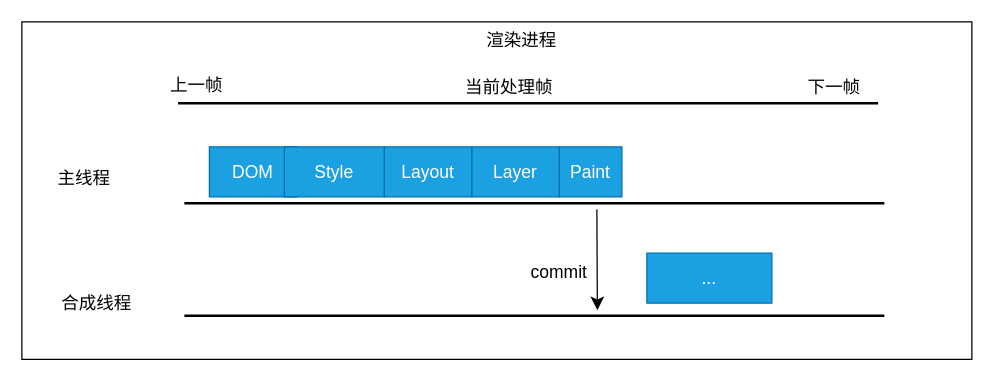
This is 浏览器原理/渲染流程/渲染进程中的合成线程.drawio from YoungMandy/Web-Front, a draw.io file, before an edit. Source tidied: cells renumbered, new cells numbered last; positions are measured from the earlier drawing's top-left corner, leaving out a move shared by most shapes. Both pictures are drawn from the tidied source at 125%, with x=0, y=0 at pixel (21, 21).
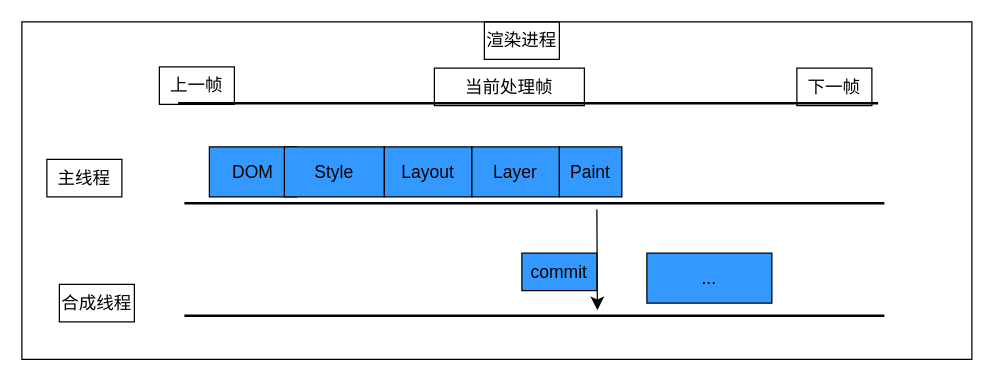
After the change.

Diff of the diagram source:
```diff
@@
-<mxGraphModel>
+<mxGraphModel background="#ffffff">
@@
-    <mxCell id="2" style="rounded=0;whiteSpace=wrap;html=1;fontSize=14;" parent="1" vertex="1">
+    <mxCell id="2" style="rounded=0;whiteSpace=wrap;html=1;fontSize=14;fillColor=none;strokeColor=#000000;fontColor=#000000;" parent="1" vertex="1">
       <mxGeometry width="760" height="270" as="geometry" />
     </mxCell>
-    <mxCell id="3" value="渲染进程" style="text;html=1;strokeColor=none;fillColor=none;align=center;verticalAlign=middle;whiteSpace=wrap;rounded=0;fontSize=14;" parent="1" vertex="1">
+    <mxCell id="3" value="渲染进程" style="text;html=1;fillColor=none;align=center;verticalAlign=middle;whiteSpace=wrap;rounded=0;fontSize=14;strokeColor=#000000;fontColor=#000000;" parent="1" vertex="1">
       <mxGeometry x="370" width="60" height="30" as="geometry" />
     </mxCell>
-    <mxCell id="4" value="上一帧" style="text;html=1;strokeColor=none;fillColor=none;align=center;verticalAlign=middle;whiteSpace=wrap;rounded=0;fontSize=14;" parent="1" vertex="1">
+    <mxCell id="4" value="上一帧" style="text;html=1;fillColor=none;align=center;verticalAlign=middle;whiteSpace=wrap;rounded=0;fontSize=14;strokeColor=#000000;fontColor=#000000;" parent="1" vertex="1">
       <mxGeometry x="110" y="36" width="60" height="30" as="geometry" />
     </mxCell>
-    <mxCell id="5" value="主线程" style="text;html=1;strokeColor=none;fillColor=none;align=center;verticalAlign=middle;whiteSpace=wrap;rounded=0;fontSize=14;" parent="1" vertex="1">
+    <mxCell id="5" value="主线程" style="text;html=1;fillColor=none;align=center;verticalAlign=middle;whiteSpace=wrap;rounded=0;fontSize=14;strokeColor=#000000;fontColor=#000000;" parent="1" vertex="1">
       <mxGeometry x="20" y="110" width="60" height="30" as="geometry" />
     </mxCell>
-    <mxCell id="6" value="合成线程" style="text;html=1;strokeColor=none;fillColor=none;align=center;verticalAlign=middle;whiteSpace=wrap;rounded=0;fontSize=14;" parent="1" vertex="1">
+    <mxCell id="6" value="合成线程" style="text;html=1;fillColor=none;align=center;verticalAlign=middle;whiteSpace=wrap;rounded=0;fontSize=14;strokeColor=#000000;fontColor=#000000;" parent="1" vertex="1">
       <mxGeometry x="30" y="210" width="60" height="30" as="geometry" />
     </mxCell>
-    <mxCell id="7" value="下一帧" style="text;html=1;strokeColor=none;fillColor=none;align=center;verticalAlign=middle;whiteSpace=wrap;rounded=0;fontSize=14;" parent="1" vertex="1">
+    <mxCell id="7" value="下一帧" style="text;html=1;fillColor=none;align=center;verticalAlign=middle;whiteSpace=wrap;rounded=0;fontSize=14;strokeColor=#000000;fontColor=#000000;" parent="1" vertex="1">
       <mxGeometry x="620" y="37" width="60" height="30" as="geometry" />
     </mxCell>
-    <mxCell id="8" value="DOM" style="rounded=0;whiteSpace=wrap;html=1;fontSize=14;fillColor=#1ba1e2;fontColor=#ffffff;strokeColor=#006EAF;" parent="1" vertex="1">
+    <mxCell id="8" value="DOM" style="rounded=0;whiteSpace=wrap;html=1;fontSize=14;fillColor=#3399FF;strokeColor=#000000;fontColor=#000000;" parent="1" vertex="1">
       <mxGeometry x="150" y="100" width="70" height="40" as="geometry" />
     </mxCell>
-    <mxCell id="9" value="Style" style="rounded=0;whiteSpace=wrap;html=1;fontSize=14;fillColor=#1ba1e2;fontColor=#ffffff;strokeColor=#006EAF;" parent="1" vertex="1">
+    <mxCell id="9" value="Style" style="rounded=0;whiteSpace=wrap;html=1;fontSize=14;fillColor=#3399FF;strokeColor=#000000;fontColor=#000000;" parent="1" vertex="1">
       <mxGeometry x="210" y="100" width="80" height="40" as="geometry" />
     </mxCell>
-    <mxCell id="10" value="Layout" style="rounded=0;whiteSpace=wrap;html=1;fontSize=14;fillColor=#1ba1e2;fontColor=#ffffff;strokeColor=#006EAF;" parent="1" vertex="1">
+    <mxCell id="10" value="Layout" style="rounded=0;whiteSpace=wrap;html=1;fontSize=14;fillColor=#3399FF;strokeColor=#000000;fontColor=#000000;" parent="1" vertex="1">
       <mxGeometry x="290" y="100" width="70" height="40" as="geometry" />
     </mxCell>
-    <mxCell id="11" value="Layer" style="rounded=0;whiteSpace=wrap;html=1;fontSize=14;fillColor=#1ba1e2;fontColor=#ffffff;strokeColor=#006EAF;" parent="1" vertex="1">
+    <mxCell id="11" value="Layer" style="rounded=0;whiteSpace=wrap;html=1;fontSize=14;fillColor=#3399FF;strokeColor=#000000;fontColor=#000000;" parent="1" vertex="1">
       <mxGeometry x="360" y="100" width="70" height="40" as="geometry" />
     </mxCell>
-    <mxCell id="12" value="Paint" style="rounded=0;whiteSpace=wrap;html=1;fontSize=14;fillColor=#1ba1e2;fontColor=#ffffff;strokeColor=#006EAF;" parent="1" vertex="1">
+    <mxCell id="12" value="Paint" style="rounded=0;whiteSpace=wrap;html=1;fontSize=14;fillColor=#3399FF;strokeColor=#000000;fontColor=#000000;" parent="1" vertex="1">
       <mxGeometry x="430" y="100" width="50" height="40" as="geometry" />
     </mxCell>
-    <mxCell id="13" value="..." style="rounded=0;whiteSpace=wrap;html=1;fontSize=14;fillColor=#1ba1e2;fontColor=#ffffff;strokeColor=#006EAF;" parent="1" vertex="1">
+    <mxCell id="13" value="..." style="rounded=0;whiteSpace=wrap;html=1;fontSize=14;fillColor=#3399FF;strokeColor=#000000;fontColor=#000000;" parent="1" vertex="1">
       <mxGeometry x="500" y="185" width="100" height="40" as="geometry" />
     </mxCell>
-    <mxCell id="14" style="line;strokeWidth=2;html=1;fontSize=14;" parent="1" vertex="1">
+    <mxCell id="14" style="line;strokeWidth=2;html=1;fontSize=14;fillColor=none;strokeColor=#000000;fontColor=#000000;" parent="1" vertex="1">
       <mxGeometry x="130" y="140" width="560" height="10" as="geometry" />
     </mxCell>
-    <mxCell id="15" style="line;strokeWidth=2;html=1;fontSize=14;" parent="1" vertex="1">
+    <mxCell id="15" style="line;strokeWidth=2;html=1;fontSize=14;fillColor=none;strokeColor=#000000;fontColor=#000000;" parent="1" vertex="1">
       <mxGeometry x="130" y="230" width="560" height="10" as="geometry" />
     </mxCell>
-    <mxCell id="16" value="当前处理帧" style="text;html=1;strokeColor=none;fillColor=none;align=center;verticalAlign=middle;whiteSpace=wrap;rounded=0;fontSize=14;" parent="1" vertex="1">
+    <mxCell id="16" value="当前处理帧" style="text;html=1;fillColor=none;align=center;verticalAlign=middle;whiteSpace=wrap;rounded=0;fontSize=14;strokeColor=#000000;fontColor=#000000;" parent="1" vertex="1">
       <mxGeometry x="330" y="37" width="120" height="30" as="geometry" />
     </mxCell>
-    <mxCell id="17" style="line;strokeWidth=2;html=1;fontSize=14;" parent="1" vertex="1">
+    <mxCell id="17" style="line;strokeWidth=2;html=1;fontSize=14;fillColor=none;strokeColor=#000000;fontColor=#000000;" parent="1" vertex="1">
       <mxGeometry x="125" y="60" width="560" height="10" as="geometry" />
     </mxCell>
-    <mxCell id="18" style="edgeStyle=segmentEdgeStyle;endArrow=classic;html=1;curved=0;rounded=0;endSize=8;startSize=8;entryX=0.59;entryY=0.067;entryDx=0;entryDy=0;entryPerimeter=0;fontSize=14;" parent="1" edge="1" target="15">
+    <mxCell id="18" style="edgeStyle=segmentEdgeStyle;endArrow=classic;html=1;curved=0;rounded=0;endSize=8;startSize=8;entryX=0.59;entryY=0.067;entryDx=0;entryDy=0;entryPerimeter=0;fontSize=14;fillColor=none;strokeColor=#000000;fontColor=#000000;" parent="1" edge="1" target="15">
       <mxGeometry relative="1" as="geometry">
         <mxPoint x="460" y="150" as="sourcePoint" />
       </mxGeometry>
     </mxCell>
-    <mxCell id="19" value="commit" style="text;html=1;strokeColor=none;fillColor=none;align=center;verticalAlign=middle;whiteSpace=wrap;rounded=0;fontSize=14;" parent="1" vertex="1">
+    <mxCell id="19" value="commit" style="text;html=1;fillColor=#3399FF;align=center;verticalAlign=middle;whiteSpace=wrap;rounded=0;fontSize=14;strokeColor=#000000;fontColor=#000000;" parent="1" vertex="1">
       <mxGeometry x="400" y="185" width="60" height="30" as="geometry" />
     </mxCell>
```
